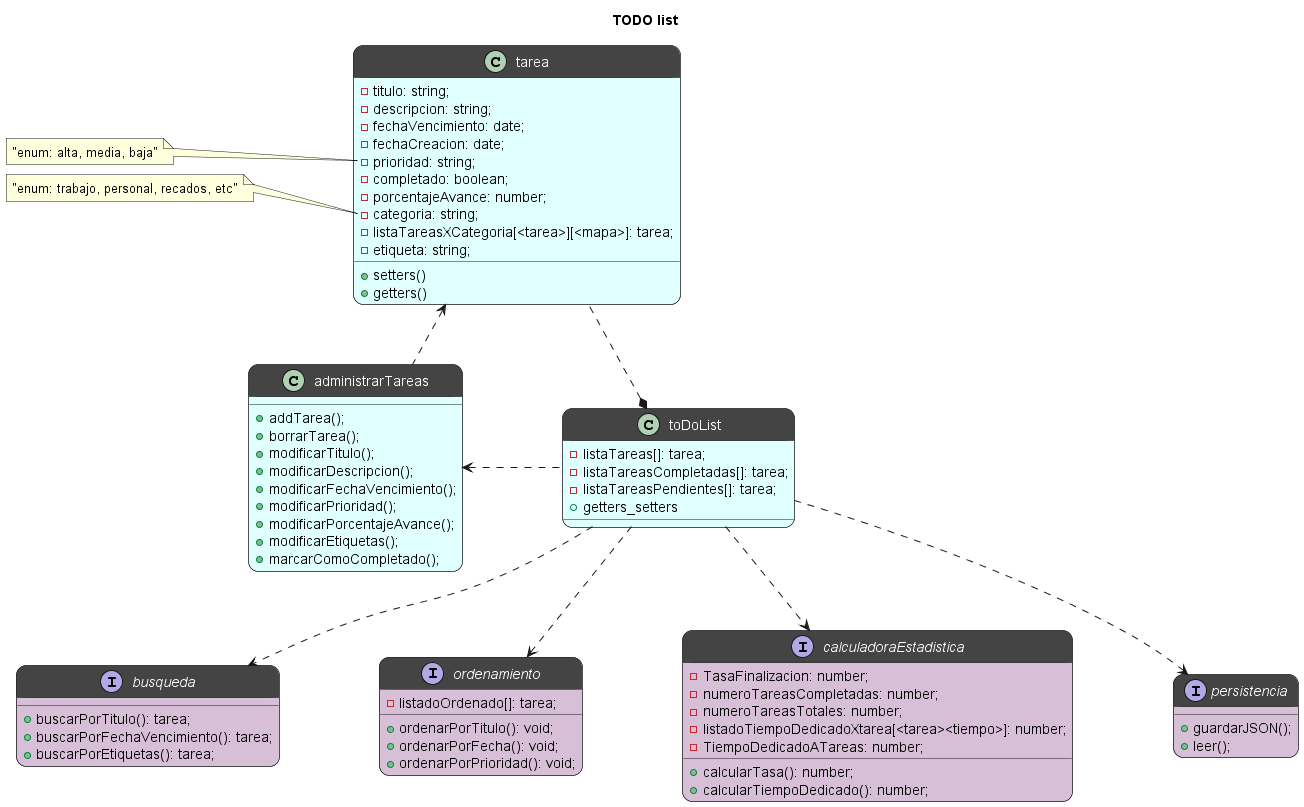
The PlantUML diagram todo_app/docs/diagrama clases.png in FrancoLuduena-dev/To-DO-list, before a commit. The source it was exported from:
```plantuml
@startuml diagrama clases
title TODO list

class toDoList #LightCyan;header:444{
    -listaTareas[]: tarea;
    -listaTareasCompletadas[]: tarea;
    -listaTareasPendientes[]: tarea;
    +getters_setters
}


class tarea #LightCyan;header:444{
    -titulo: string;
    -descripcion: string;
    -fechaVencimiento: date;
    -fechaCreacion: date;
    -prioridad: string;
    -completado: boolean;
    -porcentajeAvance: number;
    -categoria: string;
    -listaTareasXCategoria[<tarea>][<mapa>]: tarea;
    -etiqueta: string;
    +setters()
    +getters()
}

class administrarTareas #LightCyan;header:444{
    +addTarea();
    +borrarTarea();
    +modificarTitulo();
    +modificarDescripcion();
    +modificarFechaVencimiento();
    +modificarPrioridad();
    +modificarPorcentajeAvance();
    +modificarEtiquetas();
    +marcarComoCompletado();
}


interface busqueda #Thistle;header:444{
    +buscarPorTitulo(): tarea;
    +buscarPorFechaVencimiento(): tarea;
    +buscarPorEtiquetas(): tarea;
}

interface ordenamiento #Thistle;header:444{
    -listadoOrdenado[]: tarea;
    +ordenarPorTitulo(): void;
    +ordenarPorFecha(): void;
    +ordenarPorPrioridad(): void;
}

interface calculadoraEstadistica #Thistle;header:444{
    -TasaFinalizacion: number;
    -numeroTareasCompletadas: number;
    -numeroTareasTotales: number;
    -listadoTiempoDedicadoXtarea[<tarea><tiempo>]: number;
    -TiempoDedicadoATareas: number;
    +calcularTasa(): number;
    +calcularTiempoDedicado(): number;
}

interface persistencia #Thistle;header:444{
    + guardarJSON();
    + leer();
}

skinparam nodesep 100

toDoList .l.> administrarTareas
administrarTareas .l.> tarea
toDoList *.. tarea
toDoList ..> calculadoraEstadistica
toDoList ..> busqueda
toDoList ..> ordenamiento
toDoList ..> persistencia


note left of tarea::prioridad
"enum: alta, media, baja"
endnote

note left of tarea::categoria
"enum: trabajo, personal, recados, etc"
endnote

skinparam roundcorner 20
skinparam classFontColor automatic
skinparam classHeaderBackgroundColor #444


@enduml
```
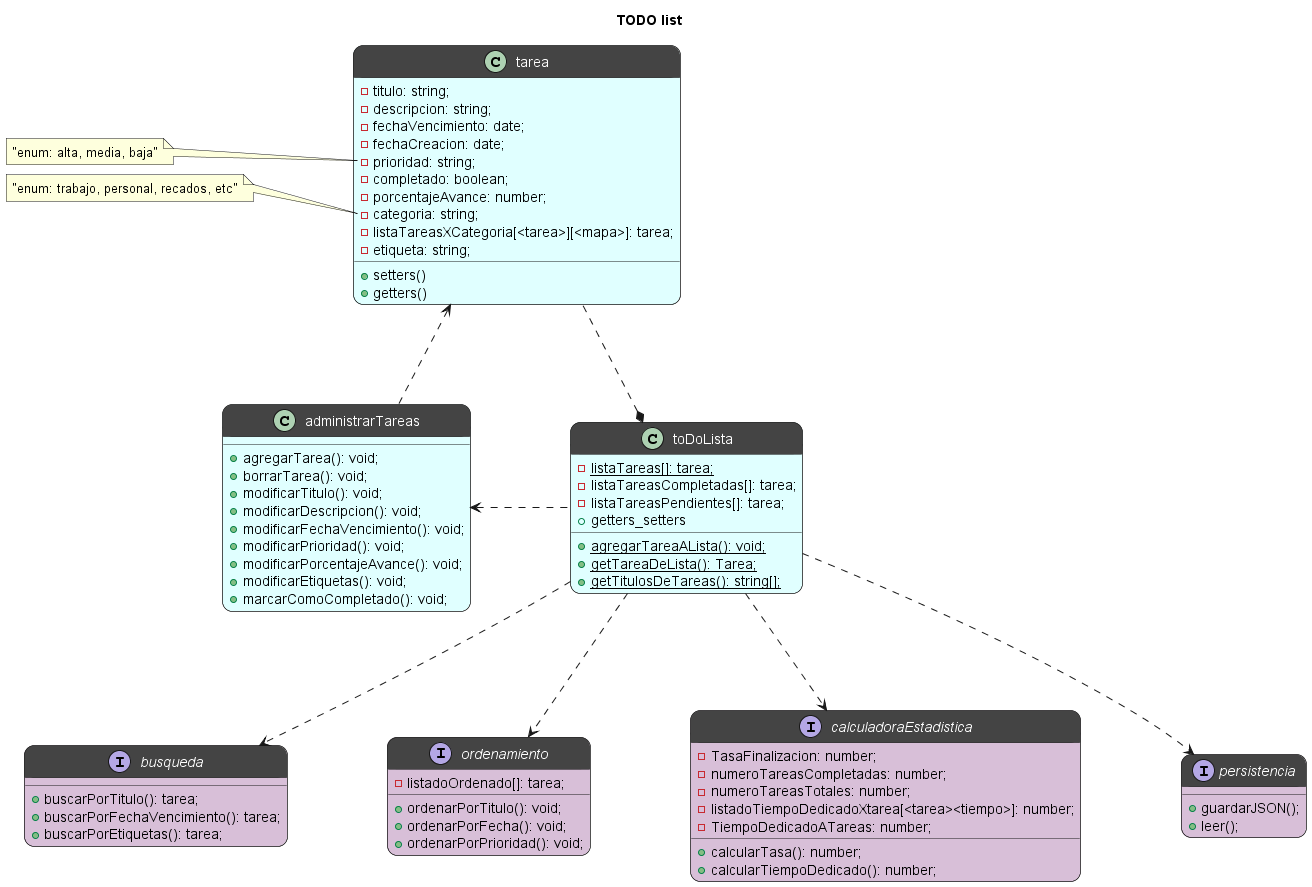
After the commit.

Commit message:
actualice diagrama de clases

What changed in the source:
```diff
@@ -1,63 +1,66 @@
 @startuml diagrama clases
 title TODO list
 
-class toDoList #LightCyan;header:444{
-    -listaTareas[]: tarea;
-    -listaTareasCompletadas[]: tarea;
-    -listaTareasPendientes[]: tarea;
-    +getters_setters
+class toDoLista #LightCyan;header:444{
+    - {static} listaTareas[]: tarea;
+    - listaTareasCompletadas[]: tarea;
+    - listaTareasPendientes[]: tarea;
+    + getters_setters
+    + {static} agregarTareaALista(): void;
+    + {static} getTareaDeLista(): Tarea;
+    + {static} getTitulosDeTareas(): string[];
 }
 
 
 class tarea #LightCyan;header:444{
-    -titulo: string;
-    -descripcion: string;
-    -fechaVencimiento: date;
-    -fechaCreacion: date;
-    -prioridad: string;
-    -completado: boolean;
-    -porcentajeAvance: number;
-    -categoria: string;
-    -listaTareasXCategoria[<tarea>][<mapa>]: tarea;
-    -etiqueta: string;
-    +setters()
-    +getters()
+    - titulo: string;
+    - descripcion: string;
+    - fechaVencimiento: date;
+    - fechaCreacion: date;
+    - prioridad: string;
+    - completado: boolean;
+    - porcentajeAvance: number;
+    - categoria: string;
+    - listaTareasXCategoria[<tarea>][<mapa>]: tarea;
+    - etiqueta: string;
+    + setters()
+    + getters()
 }
 
 class administrarTareas #LightCyan;header:444{
-    +addTarea();
-    +borrarTarea();
-    +modificarTitulo();
-    +modificarDescripcion();
-    +modificarFechaVencimiento();
-    +modificarPrioridad();
-    +modificarPorcentajeAvance();
-    +modificarEtiquetas();
-    +marcarComoCompletado();
+    + agregarTarea(): void;
+    + borrarTarea(): void;
+    + modificarTitulo(): void;
+    + modificarDescripcion(): void;
+    + modificarFechaVencimiento(): void;
+    + modificarPrioridad(): void;
+    + modificarPorcentajeAvance(): void;
+    + modificarEtiquetas(): void;
+    + marcarComoCompletado(): void;
 }
 
 
 interface busqueda #Thistle;header:444{
-    +buscarPorTitulo(): tarea;
-    +buscarPorFechaVencimiento(): tarea;
-    +buscarPorEtiquetas(): tarea;
+    + buscarPorTitulo(): tarea;
+    + buscarPorFechaVencimiento(): tarea;
+    + buscarPorEtiquetas(): tarea;
 }
 
 interface ordenamiento #Thistle;header:444{
-    -listadoOrdenado[]: tarea;
-    +ordenarPorTitulo(): void;
-    +ordenarPorFecha(): void;
-    +ordenarPorPrioridad(): void;
+    - listadoOrdenado[]: tarea;
+    + ordenarPorTitulo(): void;
+    + ordenarPorFecha(): void;
+    + ordenarPorPrioridad(): void;
 }
 
 interface calculadoraEstadistica #Thistle;header:444{
-    -TasaFinalizacion: number;
-    -numeroTareasCompletadas: number;
-    -numeroTareasTotales: number;
-    -listadoTiempoDedicadoXtarea[<tarea><tiempo>]: number;
-    -TiempoDedicadoATareas: number;
-    +calcularTasa(): number;
-    +calcularTiempoDedicado(): number;
+    - TasaFinalizacion: number;
+    - numeroTareasCompletadas: number;
+    - numeroTareasTotales: number;
+    - listadoTiempoDedicadoXtarea[<tarea><tiempo>]: number;
+    - TiempoDedicadoATareas: number;
+    + calcularTasa(): number;
+    + calcularTiempoDedicado(): number;
 }
 
 interface persistencia #Thistle;header:444{
@@ -65,15 +68,16 @@
     + leer();
 }
 
+skinparam ranksep 100
 skinparam nodesep 100
 
-toDoList .l.> administrarTareas
+toDoLista .l.> administrarTareas
 administrarTareas .l.> tarea
-toDoList *.. tarea
-toDoList ..> calculadoraEstadistica
-toDoList ..> busqueda
-toDoList ..> ordenamiento
-toDoList ..> persistencia
+toDoLista *.. tarea
+toDoLista ..> calculadoraEstadistica
+toDoLista ..> busqueda
+toDoLista ..> ordenamiento
+toDoLista ..> persistencia
 
 
 note left of tarea::prioridad
@@ -84,9 +88,8 @@
 "enum: trabajo, personal, recados, etc"
 endnote
 
+
 skinparam roundcorner 20
 skinparam classFontColor automatic
-skinparam classHeaderBackgroundColor #444
-
 
 @enduml
```
